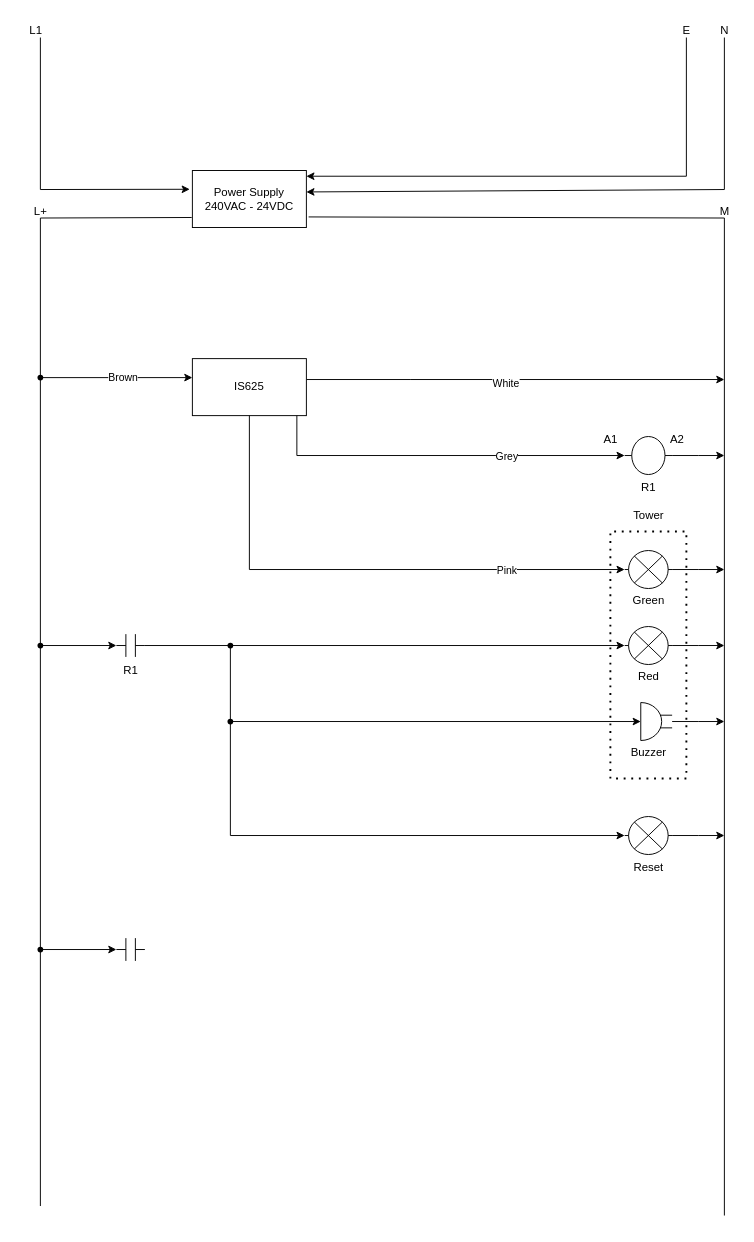
Earlier version of the draw.io diagram Upside Down Detector.drawio (nicholas-carnie/Nicks-files). Source tidied: cells renumbered, new cells numbered last; positions are measured from the earlier drawing's top-left corner, leaving out a move shared by most shapes. Both pictures are drawn from the tidied source at 95%, with x=0, y=0 at pixel (16, 16).
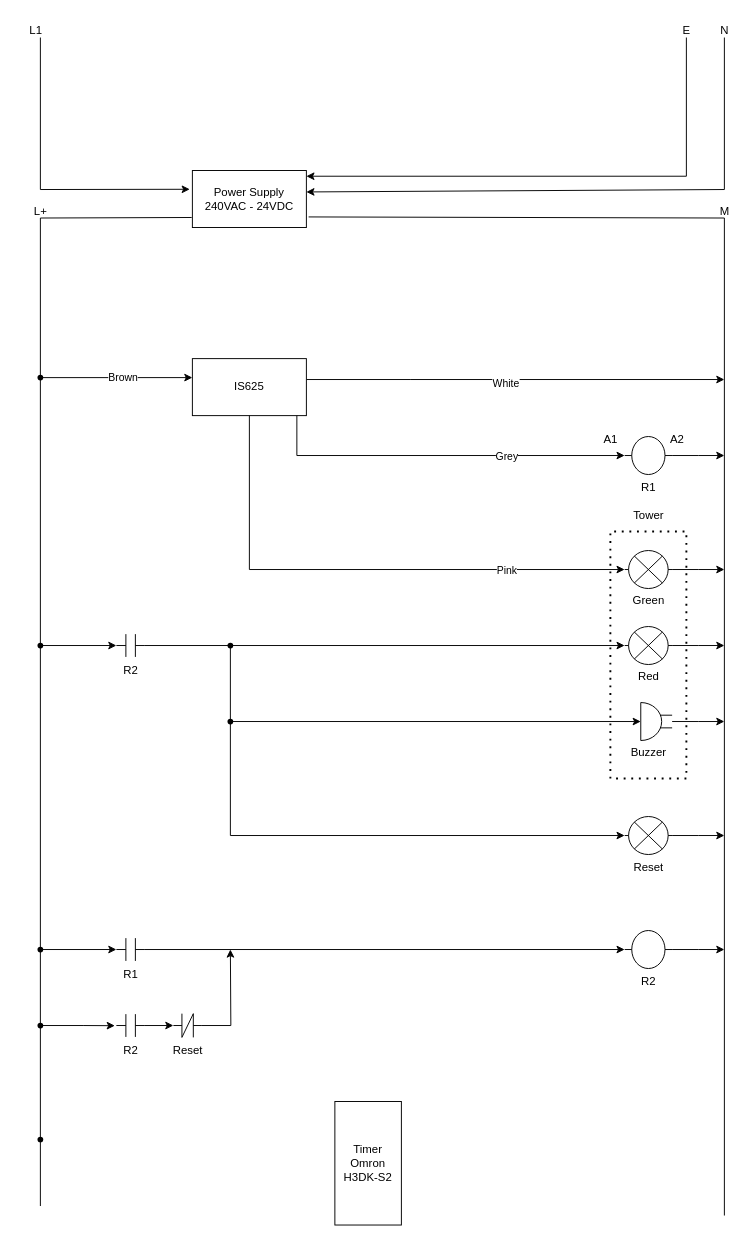
The same page after the edit.

Unchanged cells that the change refers to:
```xml
<mxCell id="38" style="shape=waypoint;sketch=0;fillStyle=solid;size=6;points=[];fillColor=none;perimeter=centerPerimeter;snapToPoint=1;" parent="1" vertex="1">
  <mxGeometry x="15" y="972" width="20" height="20" as="geometry" />
</mxCell>
```

What changed in the source:
```diff
@@
-    <mxCell id="27" value="R1" style="verticalLabelPosition=bottom;shadow=0;dashed=0;align=center;html=1;verticalAlign=top;shape=mxgraph.electrical.electro-mechanical.relay_contacts;" parent="1" vertex="1">
+    <mxCell id="27" value="R2" style="verticalLabelPosition=bottom;shadow=0;dashed=0;align=center;html=1;verticalAlign=top;shape=mxgraph.electrical.electro-mechanical.relay_contacts;" parent="1" vertex="1">
       <mxGeometry x="105" y="650" width="30" height="24" as="geometry" />
     </mxCell>
@@
+    <mxCell id="53" style="edgeStyle=orthogonalEdgeStyle;rounded=0;jettySize=auto;html=1;entryX=0;entryY=0.5;entryDx=0;entryDy=0;entryPerimeter=0;" parent="1" edge="1" source="35" target="55">
+      <mxGeometry relative="1" as="geometry" />
+    </mxCell>
-    <mxCell id="35" style="verticalLabelPosition=bottom;shadow=0;dashed=0;align=center;html=1;verticalAlign=top;shape=mxgraph.electrical.electro-mechanical.relay_contacts;" parent="1" vertex="1">
+    <mxCell id="35" value="R1" style="verticalLabelPosition=bottom;shadow=0;dashed=0;align=center;html=1;verticalAlign=top;shape=mxgraph.electrical.electro-mechanical.relay_contacts;" parent="1" vertex="1">
       <mxGeometry x="105" y="970" width="30" height="24" as="geometry" />
     </mxCell>
-    <mxCell id="36" style="endArrow=none;html=1;rounded=0;entryDx=0;entryDy=0;entryPerimeter=0;" parent="1" edge="1" target="38">
-      <mxGeometry relative="1" as="geometry">
-        <mxPoint x="25" y="1252" as="sourcePoint" />
-      </mxGeometry>
+    <mxCell id="36" style="endArrow=none;html=1;rounded=0;entryDx=0;entryDy=0;entryPerimeter=0;" parent="1" edge="1" source="59" target="38">
+      <mxGeometry relative="1" as="geometry" />
     </mxCell>
@@
+    <mxCell id="54" style="edgeStyle=orthogonalEdgeStyle;rounded=0;jettySize=auto;html=1;" parent="1" edge="1" source="55">
+      <mxGeometry relative="1" as="geometry">
+        <mxPoint x="745" y="982" as="targetPoint" />
+      </mxGeometry>
+    </mxCell>
+    <mxCell id="55" value="R2" style="verticalLabelPosition=bottom;shadow=0;dashed=0;align=center;html=1;verticalAlign=top;shape=mxgraph.electrical.electro-mechanical.relay_coil_2;" parent="1" vertex="1">
+      <mxGeometry x="640" y="962" width="50" height="40" as="geometry" />
+    </mxCell>
+    <mxCell id="56" value="R2" style="verticalLabelPosition=bottom;shadow=0;dashed=0;align=center;html=1;verticalAlign=top;shape=mxgraph.electrical.electro-mechanical.relay_contacts;" parent="1" vertex="1">
+      <mxGeometry x="105" y="1050" width="30" height="24" as="geometry" />
+    </mxCell>
+    <mxCell id="57" style="endArrow=none;html=1;rounded=0;entryDx=0;entryDy=0;entryPerimeter=0;" parent="1" edge="1" source="65" target="59">
+      <mxGeometry relative="1" as="geometry" />
+    </mxCell>
+    <mxCell id="58" style="edgeStyle=orthogonalEdgeStyle;rounded=0;jettySize=auto;html=1;entryX=-0.055;entryY=0.507;entryDx=0;entryDy=0;entryPerimeter=0;" parent="1" edge="1" source="59" target="56">
+      <mxGeometry relative="1" as="geometry" />
+    </mxCell>
+    <mxCell id="59" style="shape=waypoint;sketch=0;fillStyle=solid;size=6;points=[];fillColor=none;perimeter=centerPerimeter;snapToPoint=1;" parent="1" vertex="1">
+      <mxGeometry x="15" y="1052" width="20" height="20" as="geometry" />
+    </mxCell>
+    <mxCell id="60" style="edgeStyle=orthogonalEdgeStyle;rounded=0;jettySize=auto;html=1;" parent="1" edge="1" source="61">
+      <mxGeometry relative="1" as="geometry">
+        <mxPoint x="225" y="982" as="targetPoint" />
+      </mxGeometry>
+    </mxCell>
+    <mxCell id="61" value="Reset" style="verticalLabelPosition=bottom;shadow=0;dashed=0;align=center;html=1;verticalAlign=top;shape=mxgraph.electrical.plc_ladder.not_contact;" parent="1" vertex="1">
+      <mxGeometry x="165" y="1049.5" width="30" height="25" as="geometry" />
+    </mxCell>
+    <mxCell id="62" style="edgeStyle=orthogonalEdgeStyle;rounded=0;jettySize=auto;html=1;exitX=1;exitY=0.5;exitDx=0;exitDy=0;exitPerimeter=0;entryX=0;entryY=0.5;entryDx=0;entryDy=0;entryPerimeter=0;" parent="1" edge="1" source="56" target="61">
+      <mxGeometry relative="1" as="geometry" />
+    </mxCell>
+    <mxCell id="63" value="Timer&lt;div&gt;Omron H3DK-S2&lt;/div&gt;" style="rounded=0;whiteSpace=wrap;html=1;" parent="1" vertex="1">
+      <mxGeometry x="335" y="1142" width="70" height="130" as="geometry" />
+    </mxCell>
+    <mxCell id="64" style="endArrow=none;html=1;rounded=0;entryDx=0;entryDy=0;entryPerimeter=0;" parent="1" edge="1" target="65">
+      <mxGeometry relative="1" as="geometry">
+        <mxPoint x="25" y="1252" as="sourcePoint" />
+      </mxGeometry>
+    </mxCell>
+    <mxCell id="65" style="shape=waypoint;sketch=0;fillStyle=solid;size=6;points=[];fillColor=none;perimeter=centerPerimeter;snapToPoint=1;" parent="1" vertex="1">
+      <mxGeometry x="15" y="1172" width="20" height="20" as="geometry" />
+    </mxCell>
```
